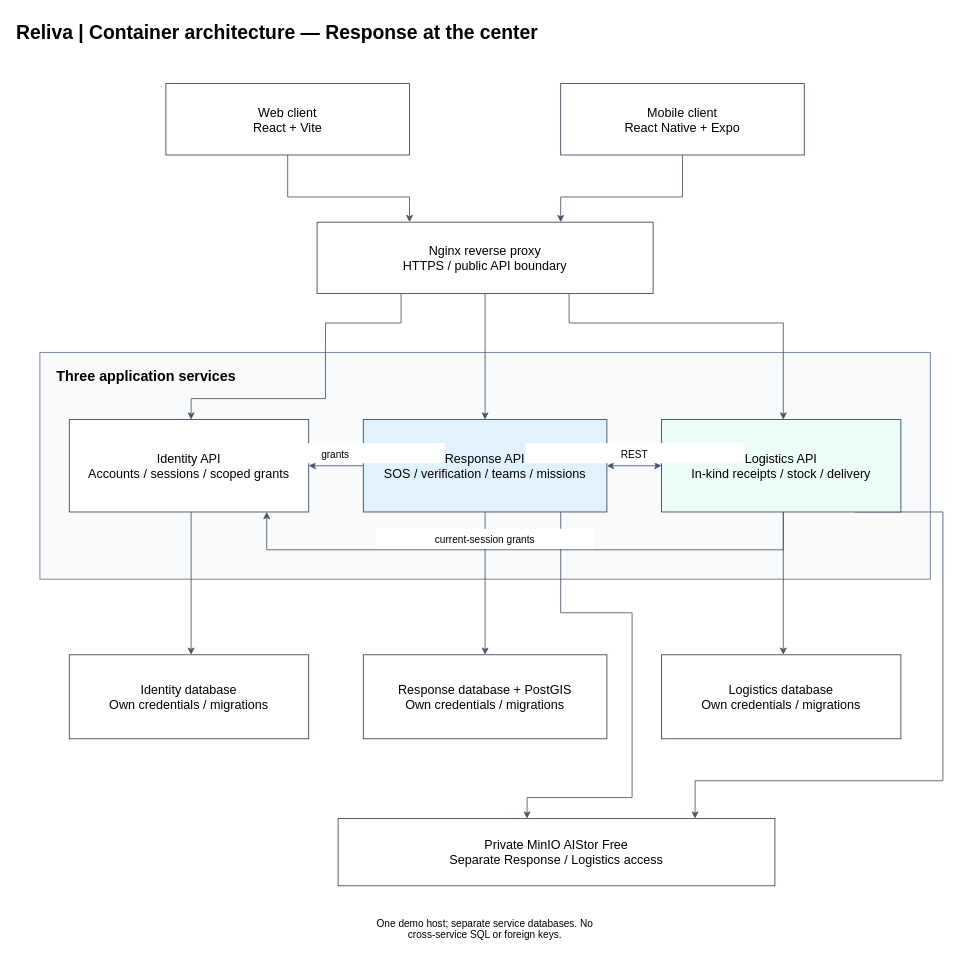
sangvirgo/disaster-relief-management keeps this draw.io diagram as docs/diagrams/c48-container-architecture.drawio. Above is the earlier version. Source tidied: cells renumbered, new cells numbered last; positions are measured from the earlier drawing's top-left corner, leaving out a move shared by most shapes. Both pictures are drawn from the tidied source at 84%, with x=0, y=0 at pixel (14, 14).
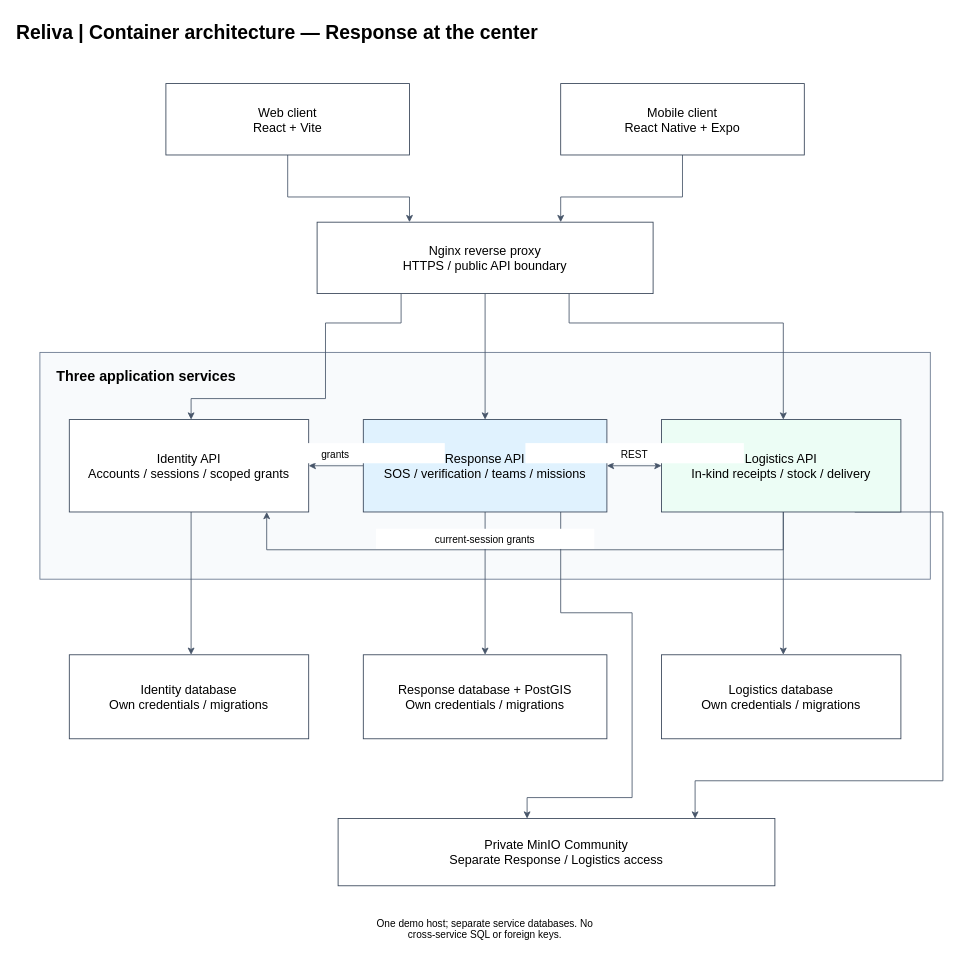
The same page after the edit.

Diff of the diagram source:
```diff
@@
-    <mxCell id="26" value="Private MinIO AIStor Free&#10;Separate Response / Logistics access" style="rounded=0;whiteSpace=wrap;html=0;fontSize=15;fillColor=#ffffff;strokeColor=#334155;" parent="1" vertex="1">
+    <mxCell id="26" value="Private MinIO Community&#10;Separate Response / Logistics access" style="rounded=0;whiteSpace=wrap;html=0;fontSize=15;fillColor=#ffffff;strokeColor=#334155;" parent="1" vertex="1">
       <mxGeometry x="385" y="957" width="520" height="80" as="geometry" />
     </mxCell>
```
